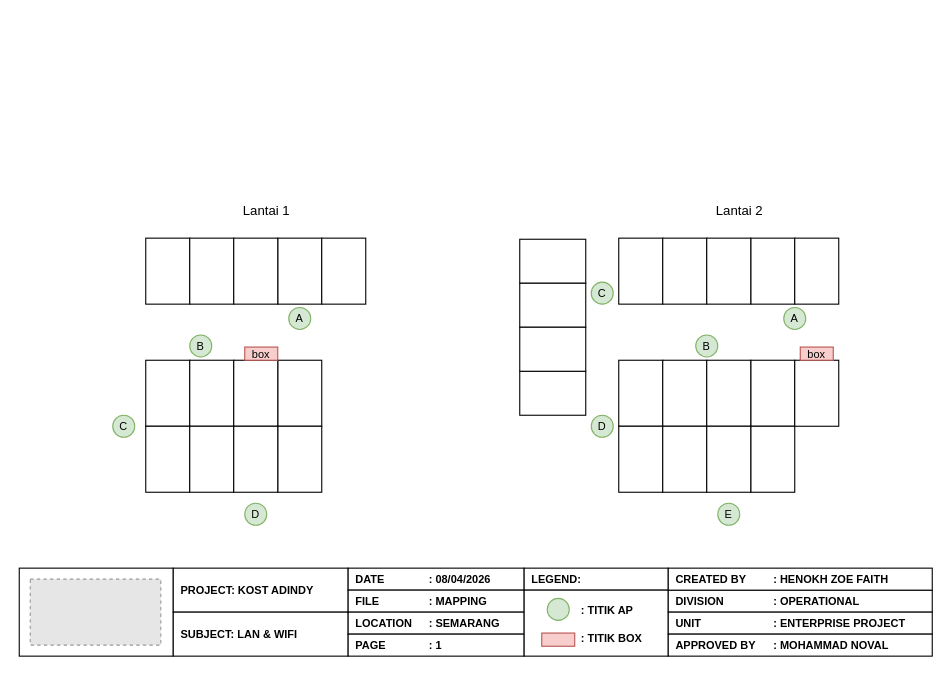
Earlier version of the draw.io diagram page "Denah" (1 of 2) of Topologi dan Mapping Kost Adindy.drawio (hnkzf/topologi-site). Source tidied: cells renumbered, new cells numbered last; positions are measured from the earlier drawing's top-left corner, leaving out a move shared by most shapes. Both pictures are drawn from the tidied source at 110%, with x=0, y=0 at pixel (19, 194). Pictures stored in the file or linked from it are replaced by grey dashed boxes.
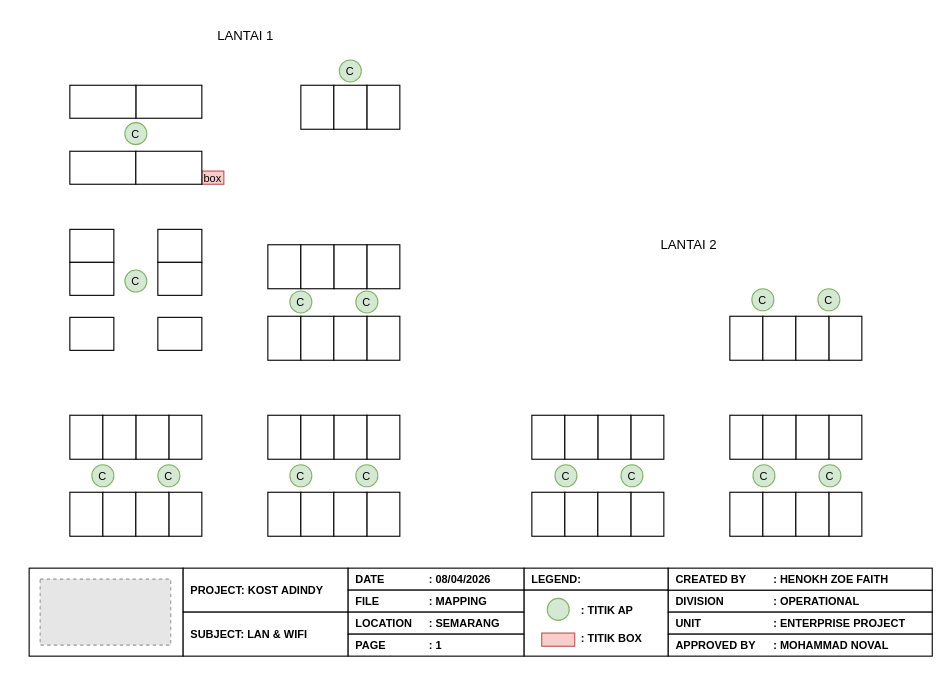
The same page after the edit.

The edit, as a diff of the source:
```diff
@@
-    <mxCell id="2" style="rounded=0;whiteSpace=wrap;html=1;" parent="1" vertex="1">
-      <mxGeometry x="115" y="40" width="40" height="60" as="geometry" />
-    </mxCell>
-    <mxCell id="3" style="rounded=0;whiteSpace=wrap;html=1;" parent="1" vertex="1">
-      <mxGeometry x="155" y="40" width="40" height="60" as="geometry" />
-    </mxCell>
-    <mxCell id="4" style="rounded=0;whiteSpace=wrap;html=1;" parent="1" vertex="1">
-      <mxGeometry x="235" y="40" width="40" height="60" as="geometry" />
-    </mxCell>
-    <mxCell id="5" style="rounded=0;whiteSpace=wrap;html=1;" parent="1" vertex="1">
-      <mxGeometry x="195" y="40" width="40" height="60" as="geometry" />
-    </mxCell>
-    <mxCell id="6" style="rounded=0;whiteSpace=wrap;html=1;" parent="1" vertex="1">
-      <mxGeometry x="275" y="40" width="40" height="60" as="geometry" />
-    </mxCell>
-    <mxCell id="7" value="Lantai 1" style="text;html=1;whiteSpace=wrap;strokeColor=none;fillColor=none;align=center;verticalAlign=middle;rounded=0;" parent="1" vertex="1">
-      <mxGeometry x="195" width="60" height="30" as="geometry" />
-    </mxCell>
-    <mxCell id="8" value="Lantai 2" style="text;html=1;whiteSpace=wrap;strokeColor=none;fillColor=none;align=center;verticalAlign=middle;rounded=0;" parent="1" vertex="1">
-      <mxGeometry x="625" width="60" height="30" as="geometry" />
-    </mxCell>
-    <mxCell id="9" style="rounded=0;whiteSpace=wrap;html=1;" parent="1" vertex="1">
-      <mxGeometry x="115" y="151" width="40" height="60" as="geometry" />
-    </mxCell>
-    <mxCell id="10" style="rounded=0;whiteSpace=wrap;html=1;" parent="1" vertex="1">
-      <mxGeometry x="155" y="151" width="40" height="60" as="geometry" />
-    </mxCell>
-    <mxCell id="11" style="rounded=0;whiteSpace=wrap;html=1;" parent="1" vertex="1">
-      <mxGeometry x="235" y="151" width="40" height="60" as="geometry" />
-    </mxCell>
-    <mxCell id="12" style="rounded=0;whiteSpace=wrap;html=1;" parent="1" vertex="1">
-      <mxGeometry x="195" y="151" width="40" height="60" as="geometry" />
-    </mxCell>
     <mxCell id="13" style="rounded=0;whiteSpace=wrap;html=1;" parent="1" vertex="1">
-      <mxGeometry x="115" y="211" width="40" height="60" as="geometry" />
+      <mxGeometry x="46" y="271" width="30" height="40" as="geometry" />
     </mxCell>
-    <mxCell id="14" style="rounded=0;whiteSpace=wrap;html=1;" parent="1" vertex="1">
-      <mxGeometry x="155" y="211" width="40" height="60" as="geometry" />
-    </mxCell>
-    <mxCell id="15" style="rounded=0;whiteSpace=wrap;html=1;" parent="1" vertex="1">
-      <mxGeometry x="235" y="211" width="40" height="60" as="geometry" />
-    </mxCell>
-    <mxCell id="16" style="rounded=0;whiteSpace=wrap;html=1;" parent="1" vertex="1">
-      <mxGeometry x="195" y="211" width="40" height="60" as="geometry" />
-    </mxCell>
-    <mxCell id="17" style="rounded=0;whiteSpace=wrap;html=1;" parent="1" vertex="1">
-      <mxGeometry x="545" y="40" width="40" height="60" as="geometry" />
-    </mxCell>
-    <mxCell id="18" style="rounded=0;whiteSpace=wrap;html=1;" parent="1" vertex="1">
-      <mxGeometry x="585" y="40" width="40" height="60" as="geometry" />
-    </mxCell>
-    <mxCell id="19" style="rounded=0;whiteSpace=wrap;html=1;" parent="1" vertex="1">
-      <mxGeometry x="665" y="40" width="40" height="60" as="geometry" />
-    </mxCell>
-    <mxCell id="20" style="rounded=0;whiteSpace=wrap;html=1;" parent="1" vertex="1">
-      <mxGeometry x="625" y="40" width="40" height="60" as="geometry" />
-    </mxCell>
-    <mxCell id="21" style="rounded=0;whiteSpace=wrap;html=1;" parent="1" vertex="1">
-      <mxGeometry x="705" y="40" width="40" height="60" as="geometry" />
-    </mxCell>
-    <mxCell id="22" value="C" style="ellipse;whiteSpace=wrap;html=1;fillColor=#d5e8d4;strokeColor=#82b366;fontSize=10;" parent="1" vertex="1">
-      <mxGeometry x="520" y="80" width="20" height="20" as="geometry" />
-    </mxCell>
-    <mxCell id="23" value="A" style="ellipse;whiteSpace=wrap;html=1;fillColor=#d5e8d4;strokeColor=#82b366;fontSize=10;" parent="1" vertex="1">
-      <mxGeometry x="695" y="103" width="20" height="20" as="geometry" />
-    </mxCell>
-    <mxCell id="24" value="B" style="ellipse;whiteSpace=wrap;html=1;fillColor=#d5e8d4;strokeColor=#82b366;fontSize=10;" parent="1" vertex="1">
-      <mxGeometry x="615" y="128" width="20" height="20" as="geometry" />
-    </mxCell>
-    <mxCell id="25" style="rounded=0;whiteSpace=wrap;html=1;" parent="1" vertex="1">
-      <mxGeometry x="545" y="151" width="40" height="60" as="geometry" />
-    </mxCell>
-    <mxCell id="26" style="rounded=0;whiteSpace=wrap;html=1;" parent="1" vertex="1">
-      <mxGeometry x="585" y="151" width="40" height="60" as="geometry" />
-    </mxCell>
-    <mxCell id="27" style="rounded=0;whiteSpace=wrap;html=1;" parent="1" vertex="1">
-      <mxGeometry x="665" y="151" width="40" height="60" as="geometry" />
-    </mxCell>
-    <mxCell id="28" style="rounded=0;whiteSpace=wrap;html=1;" parent="1" vertex="1">
-      <mxGeometry x="625" y="151" width="40" height="60" as="geometry" />
-    </mxCell>
-    <mxCell id="29" style="rounded=0;whiteSpace=wrap;html=1;" parent="1" vertex="1">
-      <mxGeometry x="545" y="211" width="40" height="60" as="geometry" />
-    </mxCell>
-    <mxCell id="30" style="rounded=0;whiteSpace=wrap;html=1;" parent="1" vertex="1">
-      <mxGeometry x="585" y="211" width="40" height="60" as="geometry" />
-    </mxCell>
-    <mxCell id="31" style="rounded=0;whiteSpace=wrap;html=1;" parent="1" vertex="1">
-      <mxGeometry x="665" y="211" width="40" height="60" as="geometry" />
-    </mxCell>
-    <mxCell id="32" style="rounded=0;whiteSpace=wrap;html=1;" parent="1" vertex="1">
-      <mxGeometry x="625" y="211" width="40" height="60" as="geometry" />
-    </mxCell>
-    <mxCell id="33" style="rounded=0;whiteSpace=wrap;html=1;" parent="1" vertex="1">
-      <mxGeometry x="705" y="151" width="40" height="60" as="geometry" />
-    </mxCell>
-    <mxCell id="34" style="rounded=0;whiteSpace=wrap;html=1;" parent="1" vertex="1">
-      <mxGeometry x="455" y="41" width="60" height="40" as="geometry" />
-    </mxCell>
-    <mxCell id="35" style="rounded=0;whiteSpace=wrap;html=1;" parent="1" vertex="1">
-      <mxGeometry x="455" y="81" width="60" height="40" as="geometry" />
-    </mxCell>
-    <mxCell id="36" style="rounded=0;whiteSpace=wrap;html=1;" parent="1" vertex="1">
-      <mxGeometry x="455" y="161" width="60" height="40" as="geometry" />
-    </mxCell>
-    <mxCell id="37" style="rounded=0;whiteSpace=wrap;html=1;" parent="1" vertex="1">
-      <mxGeometry x="455" y="121" width="60" height="40" as="geometry" />
-    </mxCell>
-    <mxCell id="38" value="D" style="ellipse;whiteSpace=wrap;html=1;fillColor=#d5e8d4;strokeColor=#82b366;fontSize=10;" parent="1" vertex="1">
-      <mxGeometry x="520" y="201" width="20" height="20" as="geometry" />
-    </mxCell>
-    <mxCell id="39" value="E" style="ellipse;whiteSpace=wrap;html=1;fillColor=#d5e8d4;strokeColor=#82b366;fontSize=10;" parent="1" vertex="1">
-      <mxGeometry x="635" y="281" width="20" height="20" as="geometry" />
-    </mxCell>
-    <mxCell id="40" value="D" style="ellipse;whiteSpace=wrap;html=1;fillColor=#d5e8d4;strokeColor=#82b366;fontSize=10;" parent="1" vertex="1">
-      <mxGeometry x="205" y="281" width="20" height="20" as="geometry" />
-    </mxCell>
-    <mxCell id="41" value="A" style="ellipse;whiteSpace=wrap;html=1;fillColor=#d5e8d4;strokeColor=#82b366;fontSize=10;" parent="1" vertex="1">
-      <mxGeometry x="245" y="103" width="20" height="20" as="geometry" />
-    </mxCell>
-    <mxCell id="42" value="B" style="ellipse;whiteSpace=wrap;html=1;fillColor=#d5e8d4;strokeColor=#82b366;fontSize=10;" parent="1" vertex="1">
-      <mxGeometry x="155" y="128" width="20" height="20" as="geometry" />
-    </mxCell>
     <mxCell id="43" value="C" style="ellipse;whiteSpace=wrap;html=1;fillColor=#d5e8d4;strokeColor=#82b366;fontSize=10;" parent="1" vertex="1">
-      <mxGeometry x="85" y="201" width="20" height="20" as="geometry" />
+      <mxGeometry x="487" y="246" width="20" height="20" as="geometry" />
     </mxCell>
     <mxCell id="44" value="box" style="rounded=0;whiteSpace=wrap;html=1;fillColor=#f8cecc;strokeColor=#b85450;fontSize=10;" parent="1" vertex="1">
-      <mxGeometry x="205" y="139" width="30" height="12" as="geometry" />
+      <mxGeometry x="166" y="-21" width="20" height="12" as="geometry" />
     </mxCell>
-    <mxCell id="45" value="box" style="rounded=0;whiteSpace=wrap;html=1;fillColor=#f8cecc;strokeColor=#b85450;fontSize=10;" parent="1" vertex="1">
-      <mxGeometry x="710" y="139" width="30" height="12" as="geometry" />
-    </mxCell>
     <mxCell id="46" style="rounded=0;whiteSpace=wrap;html=1;fontSize=10;" parent="1" vertex="1">
-      <mxGeometry y="340" width="140" height="80" as="geometry" />
+      <mxGeometry x="9" y="340" width="140" height="80" as="geometry" />
     </mxCell>
     <mxCell id="47" style="fillColor=#E6E6E6;strokeColor=#999999;dashed=1;verticalLabelPosition=bottom;labelBackgroundColor=default;verticalAlign=top;fontSize=10;" parent="1" vertex="1">
-      <mxGeometry x="10" y="350" width="118.7" height="60" as="geometry" />
+      <mxGeometry x="19" y="350" width="118.7" height="60" as="geometry" />
     </mxCell>
     <mxCell id="48" value="PROJECT: KOST ADINDY" style="rounded=0;whiteSpace=wrap;html=1;align=left;fontStyle=1;fontSize=10;spacingLeft=5;" parent="1" vertex="1">
-      <mxGeometry x="140" y="340" width="159" height="40" as="geometry" />
+      <mxGeometry x="149" y="340" width="150" height="40" as="geometry" />
     </mxCell>
     <mxCell id="49" value="SUBJECT: LAN &amp;amp; WIFI" style="rounded=0;whiteSpace=wrap;html=1;align=left;fontStyle=1;fontSize=10;spacingLeft=5;" parent="1" vertex="1">
-      <mxGeometry x="140" y="380" width="159" height="40" as="geometry" />
+      <mxGeometry x="149" y="380" width="150" height="40" as="geometry" />
     </mxCell>
@@
+    <mxCell id="64" style="rounded=0;whiteSpace=wrap;html=1;" parent="1" vertex="1">
+      <mxGeometry x="76" y="271" width="30" height="40" as="geometry" />
+    </mxCell>
+    <mxCell id="65" style="rounded=0;whiteSpace=wrap;html=1;" parent="1" vertex="1">
+      <mxGeometry x="136" y="271" width="30" height="40" as="geometry" />
+    </mxCell>
+    <mxCell id="66" style="rounded=0;whiteSpace=wrap;html=1;" parent="1" vertex="1">
+      <mxGeometry x="106" y="271" width="30" height="40" as="geometry" />
+    </mxCell>
+    <mxCell id="67" style="rounded=0;whiteSpace=wrap;html=1;" parent="1" vertex="1">
+      <mxGeometry x="136" y="201" width="30" height="40" as="geometry" />
+    </mxCell>
+    <mxCell id="68" style="rounded=0;whiteSpace=wrap;html=1;" parent="1" vertex="1">
+      <mxGeometry x="106" y="201" width="30" height="40" as="geometry" />
+    </mxCell>
+    <mxCell id="69" style="rounded=0;whiteSpace=wrap;html=1;" parent="1" vertex="1">
+      <mxGeometry x="46" y="201" width="30" height="40" as="geometry" />
+    </mxCell>
+    <mxCell id="70" style="rounded=0;whiteSpace=wrap;html=1;" parent="1" vertex="1">
+      <mxGeometry x="76" y="201" width="30" height="40" as="geometry" />
+    </mxCell>
+    <mxCell id="71" style="rounded=0;whiteSpace=wrap;html=1;" parent="1" vertex="1">
+      <mxGeometry x="226" y="271" width="30" height="40" as="geometry" />
+    </mxCell>
+    <mxCell id="72" style="rounded=0;whiteSpace=wrap;html=1;" parent="1" vertex="1">
+      <mxGeometry x="256" y="271" width="30" height="40" as="geometry" />
+    </mxCell>
+    <mxCell id="73" style="rounded=0;whiteSpace=wrap;html=1;" parent="1" vertex="1">
+      <mxGeometry x="316" y="271" width="30" height="40" as="geometry" />
+    </mxCell>
+    <mxCell id="74" style="rounded=0;whiteSpace=wrap;html=1;" parent="1" vertex="1">
+      <mxGeometry x="286" y="271" width="30" height="40" as="geometry" />
+    </mxCell>
+    <mxCell id="75" style="rounded=0;whiteSpace=wrap;html=1;" parent="1" vertex="1">
+      <mxGeometry x="316" y="201" width="30" height="40" as="geometry" />
+    </mxCell>
+    <mxCell id="76" style="rounded=0;whiteSpace=wrap;html=1;" parent="1" vertex="1">
+      <mxGeometry x="286" y="201" width="30" height="40" as="geometry" />
+    </mxCell>
+    <mxCell id="77" style="rounded=0;whiteSpace=wrap;html=1;" parent="1" vertex="1">
+      <mxGeometry x="226" y="201" width="30" height="40" as="geometry" />
+    </mxCell>
+    <mxCell id="78" style="rounded=0;whiteSpace=wrap;html=1;" parent="1" vertex="1">
+      <mxGeometry x="256" y="201" width="30" height="40" as="geometry" />
+    </mxCell>
+    <mxCell id="79" style="rounded=0;whiteSpace=wrap;html=1;" parent="1" vertex="1">
+      <mxGeometry x="226" y="111" width="30" height="40" as="geometry" />
+    </mxCell>
+    <mxCell id="80" style="rounded=0;whiteSpace=wrap;html=1;" parent="1" vertex="1">
+      <mxGeometry x="256" y="111" width="30" height="40" as="geometry" />
+    </mxCell>
+    <mxCell id="81" style="rounded=0;whiteSpace=wrap;html=1;" parent="1" vertex="1">
+      <mxGeometry x="316" y="111" width="30" height="40" as="geometry" />
+    </mxCell>
+    <mxCell id="82" style="rounded=0;whiteSpace=wrap;html=1;" parent="1" vertex="1">
+      <mxGeometry x="286" y="111" width="30" height="40" as="geometry" />
+    </mxCell>
+    <mxCell id="83" style="rounded=0;whiteSpace=wrap;html=1;" parent="1" vertex="1">
+      <mxGeometry x="316" y="46" width="30" height="40" as="geometry" />
+    </mxCell>
+    <mxCell id="84" style="rounded=0;whiteSpace=wrap;html=1;" parent="1" vertex="1">
+      <mxGeometry x="286" y="46" width="30" height="40" as="geometry" />
+    </mxCell>
+    <mxCell id="85" style="rounded=0;whiteSpace=wrap;html=1;" parent="1" vertex="1">
+      <mxGeometry x="226" y="46" width="30" height="40" as="geometry" />
+    </mxCell>
+    <mxCell id="86" style="rounded=0;whiteSpace=wrap;html=1;" parent="1" vertex="1">
+      <mxGeometry x="256" y="46" width="30" height="40" as="geometry" />
+    </mxCell>
+    <mxCell id="87" style="rounded=0;whiteSpace=wrap;html=1;" parent="1" vertex="1">
+      <mxGeometry x="126" y="32" width="40" height="30" as="geometry" />
+    </mxCell>
+    <mxCell id="88" style="rounded=0;whiteSpace=wrap;html=1;" parent="1" vertex="1">
+      <mxGeometry x="126" y="62" width="40" height="30" as="geometry" />
+    </mxCell>
+    <mxCell id="89" style="rounded=0;whiteSpace=wrap;html=1;" parent="1" vertex="1">
+      <mxGeometry x="126" y="112" width="40" height="30" as="geometry" />
+    </mxCell>
+    <mxCell id="90" style="rounded=0;whiteSpace=wrap;html=1;" parent="1" vertex="1">
+      <mxGeometry x="46" y="112" width="40" height="30" as="geometry" />
+    </mxCell>
+    <mxCell id="91" style="rounded=0;whiteSpace=wrap;html=1;" parent="1" vertex="1">
+      <mxGeometry x="46" y="32" width="40" height="30" as="geometry" />
+    </mxCell>
+    <mxCell id="92" style="rounded=0;whiteSpace=wrap;html=1;" parent="1" vertex="1">
+      <mxGeometry x="46" y="62" width="40" height="30" as="geometry" />
+    </mxCell>
+    <mxCell id="93" style="rounded=0;whiteSpace=wrap;html=1;" parent="1" vertex="1">
+      <mxGeometry x="46" y="-39" width="60" height="30" as="geometry" />
+    </mxCell>
+    <mxCell id="94" style="rounded=0;whiteSpace=wrap;html=1;" parent="1" vertex="1">
+      <mxGeometry x="106" y="-39" width="60" height="30" as="geometry" />
+    </mxCell>
+    <mxCell id="95" style="rounded=0;whiteSpace=wrap;html=1;" parent="1" vertex="1">
+      <mxGeometry x="106" y="-99" width="60" height="30" as="geometry" />
+    </mxCell>
+    <mxCell id="96" style="rounded=0;whiteSpace=wrap;html=1;" parent="1" vertex="1">
+      <mxGeometry x="46" y="-99" width="60" height="30" as="geometry" />
+    </mxCell>
+    <mxCell id="97" style="rounded=0;whiteSpace=wrap;html=1;" parent="1" vertex="1">
+      <mxGeometry x="316" y="-99" width="30" height="40" as="geometry" />
+    </mxCell>
+    <mxCell id="98" style="rounded=0;whiteSpace=wrap;html=1;" parent="1" vertex="1">
+      <mxGeometry x="256" y="-99" width="30" height="40" as="geometry" />
+    </mxCell>
+    <mxCell id="99" style="rounded=0;whiteSpace=wrap;html=1;" parent="1" vertex="1">
+      <mxGeometry x="286" y="-99" width="30" height="40" as="geometry" />
+    </mxCell>
+    <mxCell id="100" value="LANTAI 1" style="text;html=1;whiteSpace=wrap;strokeColor=none;fillColor=none;align=center;verticalAlign=middle;rounded=0;" parent="1" vertex="1">
+      <mxGeometry x="176" y="-159" width="60" height="30" as="geometry" />
+    </mxCell>
+    <mxCell id="101" style="rounded=0;whiteSpace=wrap;html=1;" parent="1" vertex="1">
+      <mxGeometry x="466" y="271" width="30" height="40" as="geometry" />
+    </mxCell>
+    <mxCell id="102" style="rounded=0;whiteSpace=wrap;html=1;" parent="1" vertex="1">
+      <mxGeometry x="496" y="271" width="30" height="40" as="geometry" />
+    </mxCell>
+    <mxCell id="103" style="rounded=0;whiteSpace=wrap;html=1;" parent="1" vertex="1">
+      <mxGeometry x="556" y="271" width="30" height="40" as="geometry" />
+    </mxCell>
+    <mxCell id="104" style="rounded=0;whiteSpace=wrap;html=1;" parent="1" vertex="1">
+      <mxGeometry x="526" y="271" width="30" height="40" as="geometry" />
+    </mxCell>
+    <mxCell id="105" style="rounded=0;whiteSpace=wrap;html=1;" parent="1" vertex="1">
+      <mxGeometry x="556" y="201" width="30" height="40" as="geometry" />
+    </mxCell>
+    <mxCell id="106" style="rounded=0;whiteSpace=wrap;html=1;" parent="1" vertex="1">
+      <mxGeometry x="526" y="201" width="30" height="40" as="geometry" />
+    </mxCell>
+    <mxCell id="107" style="rounded=0;whiteSpace=wrap;html=1;" parent="1" vertex="1">
+      <mxGeometry x="466" y="201" width="30" height="40" as="geometry" />
+    </mxCell>
+    <mxCell id="108" style="rounded=0;whiteSpace=wrap;html=1;" parent="1" vertex="1">
+      <mxGeometry x="496" y="201" width="30" height="40" as="geometry" />
+    </mxCell>
+    <mxCell id="109" style="rounded=0;whiteSpace=wrap;html=1;" parent="1" vertex="1">
+      <mxGeometry x="646" y="271" width="30" height="40" as="geometry" />
+    </mxCell>
+    <mxCell id="110" style="rounded=0;whiteSpace=wrap;html=1;" parent="1" vertex="1">
+      <mxGeometry x="676" y="271" width="30" height="40" as="geometry" />
+    </mxCell>
+    <mxCell id="111" style="rounded=0;whiteSpace=wrap;html=1;" parent="1" vertex="1">
+      <mxGeometry x="736" y="271" width="30" height="40" as="geometry" />
+    </mxCell>
+    <mxCell id="112" style="rounded=0;whiteSpace=wrap;html=1;" parent="1" vertex="1">
+      <mxGeometry x="706" y="271" width="30" height="40" as="geometry" />
+    </mxCell>
+    <mxCell id="113" style="rounded=0;whiteSpace=wrap;html=1;" parent="1" vertex="1">
+      <mxGeometry x="736" y="201" width="30" height="40" as="geometry" />
+    </mxCell>
+    <mxCell id="114" style="rounded=0;whiteSpace=wrap;html=1;" parent="1" vertex="1">
+      <mxGeometry x="706" y="201" width="30" height="40" as="geometry" />
+    </mxCell>
+    <mxCell id="115" style="rounded=0;whiteSpace=wrap;html=1;" parent="1" vertex="1">
+      <mxGeometry x="646" y="201" width="30" height="40" as="geometry" />
+    </mxCell>
+    <mxCell id="116" style="rounded=0;whiteSpace=wrap;html=1;" parent="1" vertex="1">
+      <mxGeometry x="676" y="201" width="30" height="40" as="geometry" />
+    </mxCell>
+    <mxCell id="117" style="rounded=0;whiteSpace=wrap;html=1;" parent="1" vertex="1">
+      <mxGeometry x="646" y="111" width="30" height="40" as="geometry" />
+    </mxCell>
+    <mxCell id="118" style="rounded=0;whiteSpace=wrap;html=1;" parent="1" vertex="1">
+      <mxGeometry x="676" y="111" width="30" height="40" as="geometry" />
+    </mxCell>
+    <mxCell id="119" style="rounded=0;whiteSpace=wrap;html=1;" parent="1" vertex="1">
+      <mxGeometry x="736" y="111" width="30" height="40" as="geometry" />
+    </mxCell>
+    <mxCell id="120" style="rounded=0;whiteSpace=wrap;html=1;" parent="1" vertex="1">
+      <mxGeometry x="706" y="111" width="30" height="40" as="geometry" />
+    </mxCell>
+    <mxCell id="121" value="LANTAI 2" style="text;html=1;whiteSpace=wrap;strokeColor=none;fillColor=none;align=center;verticalAlign=middle;rounded=0;" parent="1" vertex="1">
+      <mxGeometry x="579" y="31" width="60" height="30" as="geometry" />
+    </mxCell>
+    <mxCell id="122" value="C" style="ellipse;whiteSpace=wrap;html=1;fillColor=#d5e8d4;strokeColor=#82b366;fontSize=10;" parent="1" vertex="1">
+      <mxGeometry x="547" y="246" width="20" height="20" as="geometry" />
+    </mxCell>
+    <mxCell id="123" value="C" style="ellipse;whiteSpace=wrap;html=1;fillColor=#d5e8d4;strokeColor=#82b366;fontSize=10;" parent="1" vertex="1">
+      <mxGeometry x="667" y="246" width="20" height="20" as="geometry" />
+    </mxCell>
+    <mxCell id="124" value="C" style="ellipse;whiteSpace=wrap;html=1;fillColor=#d5e8d4;strokeColor=#82b366;fontSize=10;" parent="1" vertex="1">
+      <mxGeometry x="727" y="246" width="20" height="20" as="geometry" />
+    </mxCell>
+    <mxCell id="125" value="C" style="ellipse;whiteSpace=wrap;html=1;fillColor=#d5e8d4;strokeColor=#82b366;fontSize=10;" parent="1" vertex="1">
+      <mxGeometry x="666" y="86" width="20" height="20" as="geometry" />
+    </mxCell>
+    <mxCell id="126" value="C" style="ellipse;whiteSpace=wrap;html=1;fillColor=#d5e8d4;strokeColor=#82b366;fontSize=10;" parent="1" vertex="1">
+      <mxGeometry x="726" y="86" width="20" height="20" as="geometry" />
+    </mxCell>
+    <mxCell id="127" value="C" style="ellipse;whiteSpace=wrap;html=1;fillColor=#d5e8d4;strokeColor=#82b366;fontSize=10;" parent="1" vertex="1">
+      <mxGeometry x="66" y="246" width="20" height="20" as="geometry" />
+    </mxCell>
+    <mxCell id="128" value="C" style="ellipse;whiteSpace=wrap;html=1;fillColor=#d5e8d4;strokeColor=#82b366;fontSize=10;" parent="1" vertex="1">
+      <mxGeometry x="126" y="246" width="20" height="20" as="geometry" />
+    </mxCell>
+    <mxCell id="129" value="C" style="ellipse;whiteSpace=wrap;html=1;fillColor=#d5e8d4;strokeColor=#82b366;fontSize=10;" parent="1" vertex="1">
+      <mxGeometry x="246" y="246" width="20" height="20" as="geometry" />
+    </mxCell>
+    <mxCell id="130" value="C" style="ellipse;whiteSpace=wrap;html=1;fillColor=#d5e8d4;strokeColor=#82b366;fontSize=10;" parent="1" vertex="1">
+      <mxGeometry x="306" y="246" width="20" height="20" as="geometry" />
+    </mxCell>
+    <mxCell id="131" value="C" style="ellipse;whiteSpace=wrap;html=1;fillColor=#d5e8d4;strokeColor=#82b366;fontSize=10;" parent="1" vertex="1">
+      <mxGeometry x="246" y="88" width="20" height="20" as="geometry" />
+    </mxCell>
+    <mxCell id="132" value="C" style="ellipse;whiteSpace=wrap;html=1;fillColor=#d5e8d4;strokeColor=#82b366;fontSize=10;" parent="1" vertex="1">
+      <mxGeometry x="306" y="88" width="20" height="20" as="geometry" />
+    </mxCell>
+    <mxCell id="133" value="C" style="ellipse;whiteSpace=wrap;html=1;fillColor=#d5e8d4;strokeColor=#82b366;fontSize=10;" parent="1" vertex="1">
+      <mxGeometry x="96" y="69" width="20" height="20" as="geometry" />
+    </mxCell>
+    <mxCell id="134" value="C" style="ellipse;whiteSpace=wrap;html=1;fillColor=#d5e8d4;strokeColor=#82b366;fontSize=10;" parent="1" vertex="1">
+      <mxGeometry x="96" y="-65" width="20" height="20" as="geometry" />
+    </mxCell>
+    <mxCell id="135" value="C" style="ellipse;whiteSpace=wrap;html=1;fillColor=#d5e8d4;strokeColor=#82b366;fontSize=10;" parent="1" vertex="1">
+      <mxGeometry x="291" y="-122" width="20" height="20" as="geometry" />
+    </mxCell>
```
